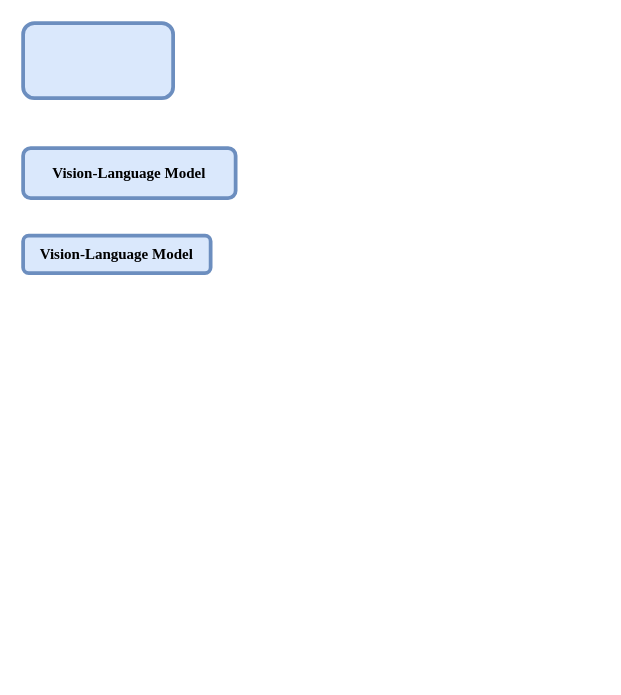
Earlier version of the draw.io diagram taki.drawio (AnonAnonAnonAnonAnon/Figure_live). Source tidied: cells renumbered, new cells numbered last; positions are measured from the earlier drawing's top-left corner, leaving out a move shared by most shapes. Both pictures are drawn from the tidied source at 125%, with x=0, y=0 at pixel (22, 22).
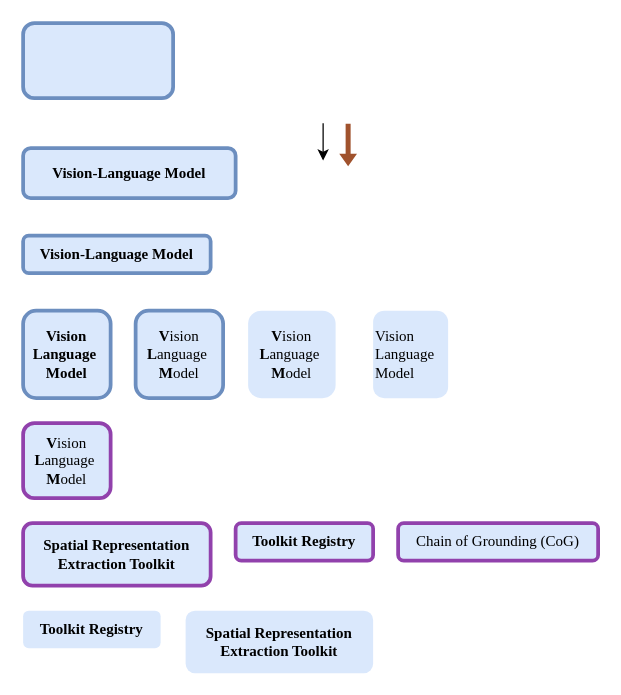
After the change.

The edit, as a diff of the source:
```diff
@@
 <mxGraphModel>
   <root>
     <mxCell id="0" />
     <mxCell id="1" parent="0" />
     <mxCell id="2" style="rounded=1;whiteSpace=wrap;html=1;strokeWidth=3;fillColor=#dae8fc;strokeColor=#6c8ebf;" parent="1" vertex="1">
       <mxGeometry width="120" height="60" as="geometry" />
     </mxCell>
     <mxCell id="3" value="&lt;font face=&quot;Times New Roman&quot;&gt;&lt;b&gt;&lt;span&gt;&lt;span&gt;Vision-Language Model&lt;/span&gt;&lt;/span&gt;&lt;/b&gt;&lt;/font&gt;" style="rounded=1;whiteSpace=wrap;html=1;strokeWidth=3;fillColor=#dae8fc;strokeColor=#6c8ebf;" parent="1" vertex="1">
       <mxGeometry y="100" width="170" height="40" as="geometry" />
     </mxCell>
     <mxCell id="4" value="&lt;font face=&quot;Times New Roman&quot;&gt;&lt;b&gt;&lt;span&gt;&lt;span&gt;Vision-Language Model&lt;/span&gt;&lt;/span&gt;&lt;/b&gt;&lt;/font&gt;" style="rounded=1;whiteSpace=wrap;html=1;strokeWidth=3;fillColor=#dae8fc;strokeColor=#6c8ebf;" parent="1" vertex="1">
       <mxGeometry y="170" width="150" height="30" as="geometry" />
     </mxCell>
+    <mxCell id="5" style="endArrow=classic;html=1;rounded=0;curved=0;jumpStyle=none;targetPerimeterSpacing=0;endSize=6;startSize=6;flowAnimation=0;" parent="1" edge="1">
+      <mxGeometry relative="1" as="geometry">
+        <mxPoint x="240" y="80" as="sourcePoint" />
+        <mxPoint x="240" y="110" as="targetPoint" />
+      </mxGeometry>
+    </mxCell>
+    <mxCell id="6" style="shape=flexArrow;endArrow=classic;html=1;rounded=0;fillColor=#a0522d;strokeColor=none;targetPerimeterSpacing=0;endSize=3;startSize=6;endWidth=9.2;width=4;shadow=0;" parent="1" edge="1">
+      <mxGeometry relative="1" as="geometry">
+        <mxPoint x="260" y="80" as="sourcePoint" />
+        <mxPoint x="260" y="115" as="targetPoint" />
+      </mxGeometry>
+    </mxCell>
+    <mxCell id="7" value="&lt;div align=&quot;center&quot;&gt;&lt;font face=&quot;Times New Roman&quot;&gt;&lt;b&gt;&lt;span&gt;&lt;span&gt;Vision&lt;/span&gt;&lt;/span&gt;&lt;/b&gt;&lt;/font&gt;&lt;/div&gt;&lt;div align=&quot;center&quot;&gt;&lt;font face=&quot;Times New Roman&quot;&gt;&lt;b&gt;&lt;span&gt;&lt;span&gt;Language&amp;nbsp;&lt;/span&gt;&lt;/span&gt;&lt;/b&gt;&lt;/font&gt;&lt;/div&gt;&lt;div align=&quot;center&quot;&gt;&lt;font face=&quot;Times New Roman&quot;&gt;&lt;b&gt;&lt;span&gt;&lt;span&gt;Model&lt;/span&gt;&lt;/span&gt;&lt;/b&gt;&lt;/font&gt;&lt;/div&gt;" style="rounded=1;whiteSpace=wrap;html=1;strokeWidth=3;fillColor=#dae8fc;strokeColor=#6c8ebf;align=center;" parent="1" vertex="1">
+      <mxGeometry y="230" width="70" height="70" as="geometry" />
+    </mxCell>
+    <mxCell id="8" value="&lt;div align=&quot;center&quot;&gt;&lt;font face=&quot;Times New Roman&quot;&gt;&lt;span&gt;&lt;span&gt;&lt;b&gt;V&lt;/b&gt;ision&lt;/span&gt;&lt;/span&gt;&lt;/font&gt;&lt;/div&gt;&lt;div align=&quot;center&quot;&gt;&lt;font face=&quot;Times New Roman&quot;&gt;&lt;span&gt;&lt;span&gt;&lt;b&gt;L&lt;/b&gt;anguage&amp;nbsp;&lt;/span&gt;&lt;/span&gt;&lt;/font&gt;&lt;/div&gt;&lt;div align=&quot;center&quot;&gt;&lt;font face=&quot;Times New Roman&quot;&gt;&lt;span&gt;&lt;span&gt;&lt;b&gt;M&lt;/b&gt;odel&lt;/span&gt;&lt;/span&gt;&lt;/font&gt;&lt;/div&gt;" style="rounded=1;whiteSpace=wrap;html=1;strokeWidth=3;fillColor=#dae8fc;strokeColor=#6c8ebf;align=center;" parent="1" vertex="1">
+      <mxGeometry x="90" y="230" width="70" height="70" as="geometry" />
+    </mxCell>
+    <mxCell id="9" value="&lt;div align=&quot;center&quot;&gt;&lt;font face=&quot;Times New Roman&quot;&gt;&lt;span&gt;&lt;span&gt;&lt;b&gt;V&lt;/b&gt;ision&lt;/span&gt;&lt;/span&gt;&lt;/font&gt;&lt;/div&gt;&lt;div align=&quot;center&quot;&gt;&lt;font face=&quot;Times New Roman&quot;&gt;&lt;span&gt;&lt;span&gt;&lt;b&gt;L&lt;/b&gt;anguage&amp;nbsp;&lt;/span&gt;&lt;/span&gt;&lt;/font&gt;&lt;/div&gt;&lt;div align=&quot;center&quot;&gt;&lt;font face=&quot;Times New Roman&quot;&gt;&lt;span&gt;&lt;span&gt;&lt;b&gt;M&lt;/b&gt;odel&lt;/span&gt;&lt;/span&gt;&lt;/font&gt;&lt;/div&gt;" style="rounded=1;whiteSpace=wrap;html=1;strokeWidth=3;fillColor=#dae8fc;strokeColor=none;align=center;" parent="1" vertex="1">
+      <mxGeometry x="180" y="230" width="70" height="70" as="geometry" />
+    </mxCell>
+    <mxCell id="10" value="&lt;div align=&quot;left&quot;&gt;&lt;font face=&quot;Times New Roman&quot;&gt;Vision&amp;nbsp;&lt;/font&gt;&lt;br&gt;&lt;font face=&quot;Times New Roman&quot;&gt;Language&amp;nbsp;&lt;/font&gt;&lt;br&gt;&lt;font face=&quot;Times New Roman&quot;&gt;Model&lt;/font&gt;&lt;/div&gt;" style="rounded=1;whiteSpace=wrap;strokeWidth=3;fillColor=#dae8fc;strokeColor=none;align=left;labelBorderColor=none;textShadow=0;html=1;" parent="1" vertex="1">
+      <mxGeometry x="280" y="230" width="60" height="70" as="geometry" />
+    </mxCell>
+    <mxCell id="11" value="&lt;div align=&quot;center&quot;&gt;&lt;font face=&quot;Times New Roman&quot;&gt;&lt;span&gt;&lt;span&gt;&lt;b&gt;V&lt;/b&gt;ision&lt;/span&gt;&lt;/span&gt;&lt;/font&gt;&lt;/div&gt;&lt;div align=&quot;center&quot;&gt;&lt;font face=&quot;Times New Roman&quot;&gt;&lt;span&gt;&lt;span&gt;&lt;b&gt;L&lt;/b&gt;anguage&amp;nbsp;&lt;/span&gt;&lt;/span&gt;&lt;/font&gt;&lt;/div&gt;&lt;div align=&quot;center&quot;&gt;&lt;font face=&quot;Times New Roman&quot;&gt;&lt;span&gt;&lt;span&gt;&lt;b&gt;M&lt;/b&gt;odel&lt;/span&gt;&lt;/span&gt;&lt;/font&gt;&lt;/div&gt;" style="rounded=1;whiteSpace=wrap;html=1;strokeWidth=3;fillColor=#dae8fc;strokeColor=light-dark(#9141ac, #a9adff);align=center;" parent="1" vertex="1">
+      <mxGeometry y="320" width="70" height="60" as="geometry" />
+    </mxCell>
+    <mxCell id="12" value="&lt;font face=&quot;Times New Roman&quot;&gt;&lt;b&gt;Spatial Representation Extraction Toolkit&lt;/b&gt;&lt;/font&gt;" style="rounded=1;whiteSpace=wrap;html=1;strokeWidth=3;fillColor=#dae8fc;strokeColor=light-dark(#9141ac, #a9adff);align=center;" parent="1" vertex="1">
+      <mxGeometry y="400" width="150" height="50" as="geometry" />
+    </mxCell>
+    <mxCell id="13" value="&lt;font face=&quot;Times New Roman&quot;&gt;&lt;b&gt;Toolkit Registry&lt;/b&gt;&lt;/font&gt;" style="rounded=1;whiteSpace=wrap;html=1;strokeWidth=3;fillColor=#dae8fc;strokeColor=light-dark(#9141ac, #a9adff);align=center;" parent="1" vertex="1">
+      <mxGeometry x="170" y="400" width="110" height="30" as="geometry" />
+    </mxCell>
+    <mxCell id="14" value="&lt;font face=&quot;Times New Roman&quot;&gt;&lt;b&gt;Toolkit Registry&lt;/b&gt;&lt;/font&gt;" style="rounded=1;whiteSpace=wrap;html=1;strokeWidth=3;fillColor=#dae8fc;strokeColor=none;align=center;" parent="1" vertex="1">
+      <mxGeometry y="470" width="110" height="30" as="geometry" />
+    </mxCell>
+    <mxCell id="15" value="&lt;font face=&quot;Times New Roman&quot;&gt;&lt;b&gt;Spatial Representation Extraction Toolkit&lt;/b&gt;&lt;/font&gt;" style="rounded=1;whiteSpace=wrap;html=1;strokeWidth=3;fillColor=#dae8fc;strokeColor=none;align=center;" parent="1" vertex="1">
+      <mxGeometry x="130" y="470" width="150" height="50" as="geometry" />
+    </mxCell>
+    <mxCell id="16" value="&lt;div&gt;&lt;div class=&quot;old-record-id-Jpved50hUo4uE4xDqZKcLIfEnAk&quot;&gt;&lt;font face=&quot;Times New Roman&quot;&gt;Chain of Grounding (CoG)&lt;/font&gt;&lt;/div&gt;&lt;/div&gt;&lt;font face=&quot;Times New Roman&quot;&gt;&lt;span class=&quot;lark-record-clipboard&quot; data-lark-record-data=&quot;{&amp;quot;rootId&amp;quot;:&amp;quot;Y6xqdsJ0JoNIp3x1KjNcxyL0n1f&amp;quot;,&amp;quot;text&amp;quot;:{&amp;quot;initialAttributedTexts&amp;quot;:{&amp;quot;text&amp;quot;:{&amp;quot;0&amp;quot;:&amp;quot;Chain of Grounding (CoG)&amp;quot;},&amp;quot;attribs&amp;quot;:{&amp;quot;0&amp;quot;:&amp;quot;*0+o&amp;quot;}},&amp;quot;apool&amp;quot;:{&amp;quot;numToAttrib&amp;quot;:{&amp;quot;0&amp;quot;:[&amp;quot;author&amp;quot;,&amp;quot;7455933905562779650&amp;quot;]},&amp;quot;nextNum&amp;quot;:1}},&amp;quot;type&amp;quot;:&amp;quot;text&amp;quot;,&amp;quot;referenceRecordMap&amp;quot;:{},&amp;quot;extra&amp;quot;:{&amp;quot;channel&amp;quot;:&amp;quot;saas&amp;quot;,&amp;quot;isEqualBlockSelection&amp;quot;:false,&amp;quot;pasteRandomId&amp;quot;:&amp;quot;5d08a9c0-3101-4293-8adc-91da2f840806&amp;quot;,&amp;quot;mention_page_title&amp;quot;:{},&amp;quot;external_mention_url&amp;quot;:{}},&amp;quot;isKeepQuoteContainer&amp;quot;:false,&amp;quot;isFromCode&amp;quot;:false,&amp;quot;selection&amp;quot;:[{&amp;quot;id&amp;quot;:1047,&amp;quot;type&amp;quot;:&amp;quot;text&amp;quot;,&amp;quot;selection&amp;quot;:{&amp;quot;start&amp;quot;:4,&amp;quot;end&amp;quot;:28},&amp;quot;recordId&amp;quot;:&amp;quot;Jpved50hUo4uE4xDqZKcLIfEnAk&amp;quot;}],&amp;quot;payloadMap&amp;quot;:{},&amp;quot;isCut&amp;quot;:false}&quot;&gt;&lt;/span&gt;&lt;/font&gt;" style="rounded=1;whiteSpace=wrap;html=1;strokeWidth=3;fillColor=#dae8fc;strokeColor=light-dark(#9141ac, #a9adff);align=center;" parent="1" vertex="1">
+      <mxGeometry x="300" y="400" width="160" height="30" as="geometry" />
+    </mxCell>
   </root>
 </mxGraphModel>
```
